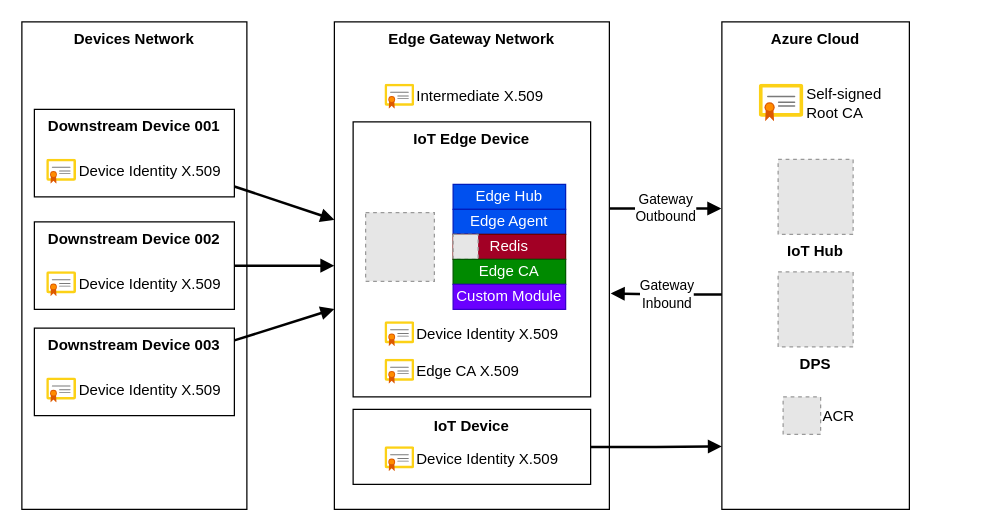
This is .assets/iot.drawio from epomatti/azure-iot-solution, a draw.io file, before an edit. Source tidied: cells renumbered, new cells numbered last; positions are measured from the earlier drawing's top-left corner, leaving out a move shared by most shapes. Both pictures are drawn from the tidied source at 125%, with x=0, y=0 at pixel (21, 21). Pictures stored in the file or linked from it are replaced by grey dashed boxes.
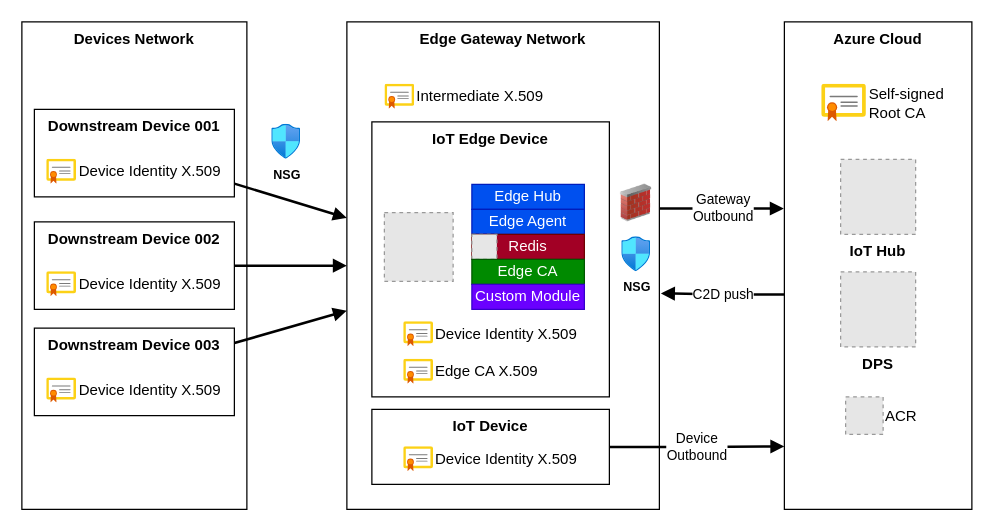
The same diagram, later.

The edit, as a diff of the source:
```diff
@@
     <mxCell id="4" value="Edge Gateway Network" style="rounded=0;whiteSpace=wrap;html=1;fontStyle=1;verticalAlign=top;" parent="1" vertex="1">
-      <mxGeometry x="250" width="220" height="390" as="geometry" />
+      <mxGeometry x="260" width="250" height="390" as="geometry" />
     </mxCell>
-    <mxCell id="5" value="Gateway&lt;br&gt;Inbound" style="edgeStyle=orthogonalEdgeStyle;rounded=0;jettySize=auto;html=1;entryX=1.005;entryY=0.557;entryDx=0;entryDy=0;strokeWidth=2;endArrow=block;endFill=1;exitX=0.008;exitY=0.559;exitDx=0;exitDy=0;exitPerimeter=0;entryPerimeter=0;" parent="1" edge="1" source="6" target="4">
+    <mxCell id="5" value="C2D push" style="edgeStyle=orthogonalEdgeStyle;rounded=0;jettySize=auto;html=1;entryX=1.005;entryY=0.557;entryDx=0;entryDy=0;strokeWidth=2;endArrow=block;endFill=1;exitX=0.008;exitY=0.559;exitDx=0;exitDy=0;exitPerimeter=0;entryPerimeter=0;" parent="1" edge="1" source="6" target="4">
       <mxGeometry relative="1" as="geometry" />
     </mxCell>
     <mxCell id="6" value="Azure Cloud" style="rounded=0;whiteSpace=wrap;html=1;fontStyle=1;verticalAlign=top;" parent="1" vertex="1">
-      <mxGeometry x="560" width="150" height="390" as="geometry" />
+      <mxGeometry x="610" width="150" height="390" as="geometry" />
     </mxCell>
     <mxCell id="7" value="DPS" style="fillColor=#E6E6E6;strokeColor=#999999;dashed=1;verticalLabelPosition=bottom;labelBackgroundColor=default;verticalAlign=top;fontStyle=1;" parent="1" vertex="1">
-      <mxGeometry x="605" y="200" width="60" height="60" as="geometry" />
+      <mxGeometry x="655" y="200" width="60" height="60" as="geometry" />
     </mxCell>
     <mxCell id="8" value="IoT Hub" style="fillColor=#E6E6E6;strokeColor=#999999;dashed=1;verticalLabelPosition=bottom;labelBackgroundColor=default;verticalAlign=top;fontStyle=1;" parent="1" vertex="1">
-      <mxGeometry x="605" y="110" width="60" height="60" as="geometry" />
+      <mxGeometry x="655" y="110" width="60" height="60" as="geometry" />
     </mxCell>
     <mxCell id="9" value="ACR" style="fillColor=#E6E6E6;strokeColor=#999999;dashed=1;verticalLabelPosition=middle;labelBackgroundColor=default;verticalAlign=middle;fontStyle=0;labelPosition=right;align=left;" parent="1" vertex="1">
-      <mxGeometry x="609" y="300" width="30" height="30" as="geometry" />
+      <mxGeometry x="659" y="300" width="30" height="30" as="geometry" />
     </mxCell>
     <mxCell id="10" value="Self-signed&lt;br&gt;Root CA&lt;br&gt;" style="sketch=0;html=1;align=left;image;fontSize=12;image=img/lib/mscae/Certificate.svg;labelPosition=right;verticalLabelPosition=middle;verticalAlign=middle;" parent="1" vertex="1">
-      <mxGeometry x="590" y="50" width="35.7" height="30" as="geometry" />
+      <mxGeometry x="640" y="50" width="35.7" height="30" as="geometry" />
     </mxCell>
     <mxCell id="11" value="IoT Edge Device" style="rounded=0;whiteSpace=wrap;html=1;verticalAlign=top;fontStyle=1;" parent="1" vertex="1">
-      <mxGeometry x="265" y="80" width="190" height="220" as="geometry" />
+      <mxGeometry x="280" y="80" width="190" height="220" as="geometry" />
     </mxCell>
     <mxCell id="12" style="fillColor=#E6E6E6;strokeColor=#999999;dashed=1;verticalLabelPosition=bottom;labelBackgroundColor=default;verticalAlign=top;" parent="1" vertex="1">
-      <mxGeometry x="275" y="152.5" width="55" height="55" as="geometry" />
+      <mxGeometry x="290" y="152.5" width="55" height="55" as="geometry" />
     </mxCell>
     <mxCell id="13" value="Edge Hub" style="rounded=0;whiteSpace=wrap;html=1;fillColor=#0050ef;fontColor=#ffffff;strokeColor=#001DBC;" parent="1" vertex="1">
-      <mxGeometry x="345" y="130" width="90" height="20" as="geometry" />
+      <mxGeometry x="360" y="130" width="90" height="20" as="geometry" />
     </mxCell>
     <mxCell id="14" value="Edge Agent" style="rounded=0;whiteSpace=wrap;html=1;fillColor=#0050ef;fontColor=#ffffff;strokeColor=#001DBC;" parent="1" vertex="1">
-      <mxGeometry x="345" y="150" width="90" height="20" as="geometry" />
+      <mxGeometry x="360" y="150" width="90" height="20" as="geometry" />
     </mxCell>
     <mxCell id="15" value="Redis" style="rounded=0;whiteSpace=wrap;html=1;fillColor=#a20025;fontColor=#ffffff;strokeColor=#6F0000;" parent="1" vertex="1">
-      <mxGeometry x="345" y="170" width="90" height="20" as="geometry" />
+      <mxGeometry x="360" y="170" width="90" height="20" as="geometry" />
     </mxCell>
     <mxCell id="16" style="fillColor=#E6E6E6;strokeColor=#999999;dashed=1;verticalLabelPosition=bottom;labelBackgroundColor=default;verticalAlign=top;" parent="1" vertex="1">
-      <mxGeometry x="345" y="170" width="20" height="20" as="geometry" />
+      <mxGeometry x="360" y="170" width="20" height="20" as="geometry" />
     </mxCell>
     <mxCell id="17" value="Edge CA" style="rounded=0;whiteSpace=wrap;html=1;fillColor=#008a00;fontColor=#ffffff;strokeColor=#005700;" parent="1" vertex="1">
-      <mxGeometry x="345" y="190" width="90" height="20" as="geometry" />
+      <mxGeometry x="360" y="190" width="90" height="20" as="geometry" />
     </mxCell>
     <mxCell id="18" value="Custom Module" style="rounded=0;whiteSpace=wrap;html=1;fillColor=#6a00ff;fontColor=#ffffff;strokeColor=#3700CC;" parent="1" vertex="1">
-      <mxGeometry x="345" y="210" width="90" height="20" as="geometry" />
+      <mxGeometry x="360" y="210" width="90" height="20" as="geometry" />
     </mxCell>
     <mxCell id="19" value="Device Identity X.509&lt;span style=&quot;white-space: pre;&quot;&gt; &lt;/span&gt;" style="sketch=0;html=1;align=left;image;fontSize=12;image=img/lib/mscae/Certificate.svg;labelPosition=right;verticalLabelPosition=middle;verticalAlign=middle;" parent="1" vertex="1">
-      <mxGeometry x="290.6" y="240" width="23.8" height="20" as="geometry" />
+      <mxGeometry x="305.6" y="240" width="23.8" height="20" as="geometry" />
     </mxCell>
     <mxCell id="20" value="Edge CA X.509" style="sketch=0;html=1;align=left;image;fontSize=12;image=img/lib/mscae/Certificate.svg;labelPosition=right;verticalLabelPosition=middle;verticalAlign=middle;" parent="1" vertex="1">
-      <mxGeometry x="290.6" y="270" width="23.8" height="20" as="geometry" />
+      <mxGeometry x="305.6" y="270" width="23.8" height="20" as="geometry" />
     </mxCell>
-    <mxCell id="21" style="edgeStyle=orthogonalEdgeStyle;rounded=0;jettySize=auto;html=1;entryX=0;entryY=0.871;entryDx=0;entryDy=0;entryPerimeter=0;strokeWidth=2;endArrow=block;endFill=1;" parent="1" edge="1" source="22" target="6">
+    <mxCell id="21" value="Device&lt;br&gt;Outbound" style="edgeStyle=orthogonalEdgeStyle;rounded=0;jettySize=auto;html=1;entryX=0;entryY=0.871;entryDx=0;entryDy=0;entryPerimeter=0;strokeWidth=2;endArrow=block;endFill=1;" parent="1" edge="1" source="22" target="6">
       <mxGeometry relative="1" as="geometry" />
     </mxCell>
     <mxCell id="22" value="IoT Device" style="rounded=0;whiteSpace=wrap;html=1;verticalAlign=top;fontStyle=1;" parent="1" vertex="1">
-      <mxGeometry x="265" y="310" width="190" height="60" as="geometry" />
+      <mxGeometry x="280" y="310" width="190" height="60" as="geometry" />
     </mxCell>
     <mxCell id="23" value="Device Identity X.509&lt;span style=&quot;white-space: pre;&quot;&gt; &lt;/span&gt;" style="sketch=0;html=1;align=left;image;fontSize=12;image=img/lib/mscae/Certificate.svg;labelPosition=right;verticalLabelPosition=middle;verticalAlign=middle;" parent="1" vertex="1">
-      <mxGeometry x="290.6" y="340" width="23.8" height="20" as="geometry" />
+      <mxGeometry x="305.6" y="340" width="23.8" height="20" as="geometry" />
     </mxCell>
@@
+    <mxCell id="34" value="NSG" style="image;html=1;align=center;fontSize=10;image=img/lib/azure2/networking/Network_Security_Groups.svg;fontStyle=1;" parent="1" vertex="1">
+      <mxGeometry x="480" y="172" width="23.1" height="28" as="geometry" />
+    </mxCell>
+    <mxCell id="35" value="NSG" style="image;html=1;align=center;fontSize=10;image=img/lib/azure2/networking/Network_Security_Groups.svg;fontStyle=1;" parent="1" vertex="1">
+      <mxGeometry x="200" y="82" width="23.1" height="28" as="geometry" />
+    </mxCell>
+    <mxCell id="36" style="image;html=1;image=img/lib/clip_art/networking/Firewall_02_128x128.png;" parent="1" vertex="1">
+      <mxGeometry x="476.5" y="130" width="30" height="30" as="geometry" />
+    </mxCell>
```
